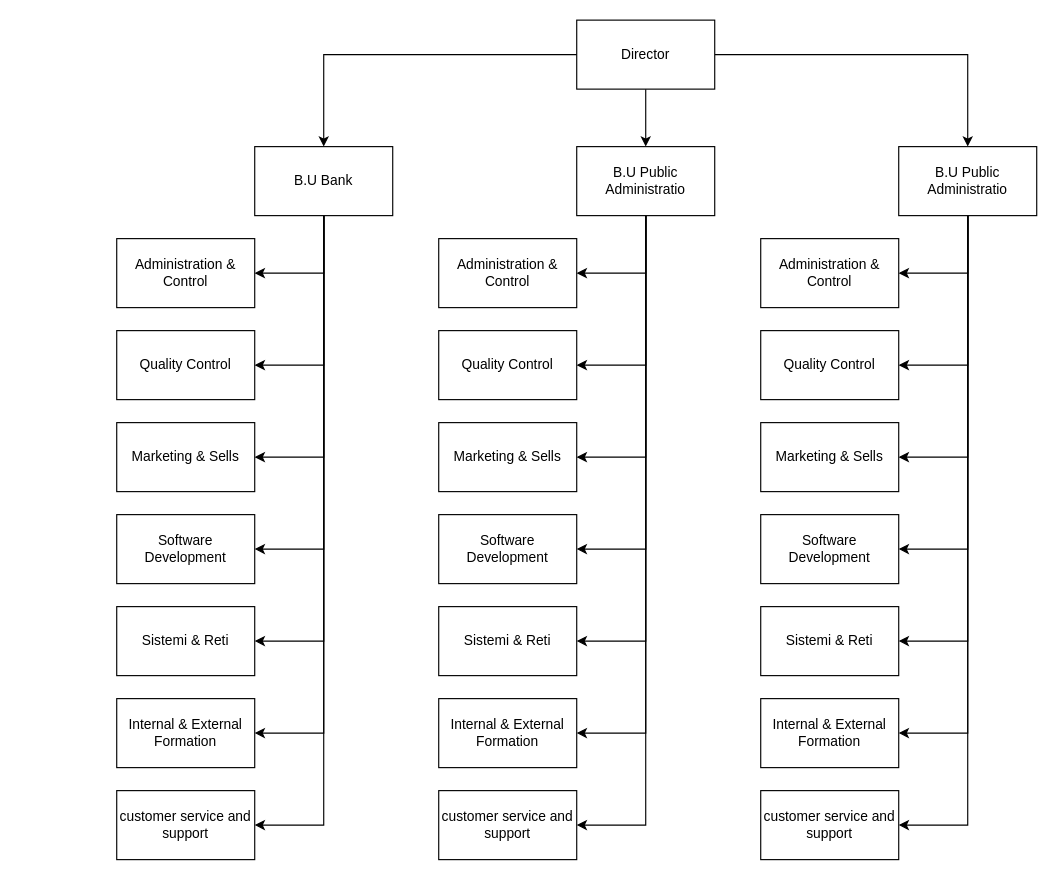
massimoty/School keeps this draw.io diagram as Organigramma1.drawio. Above is the earlier version. Source tidied: cells renumbered, new cells numbered last; positions are measured from the earlier drawing's top-left corner, leaving out a move shared by most shapes. Both pictures are drawn from the tidied source at 115%, with x=0, y=0 at pixel (116, 20).
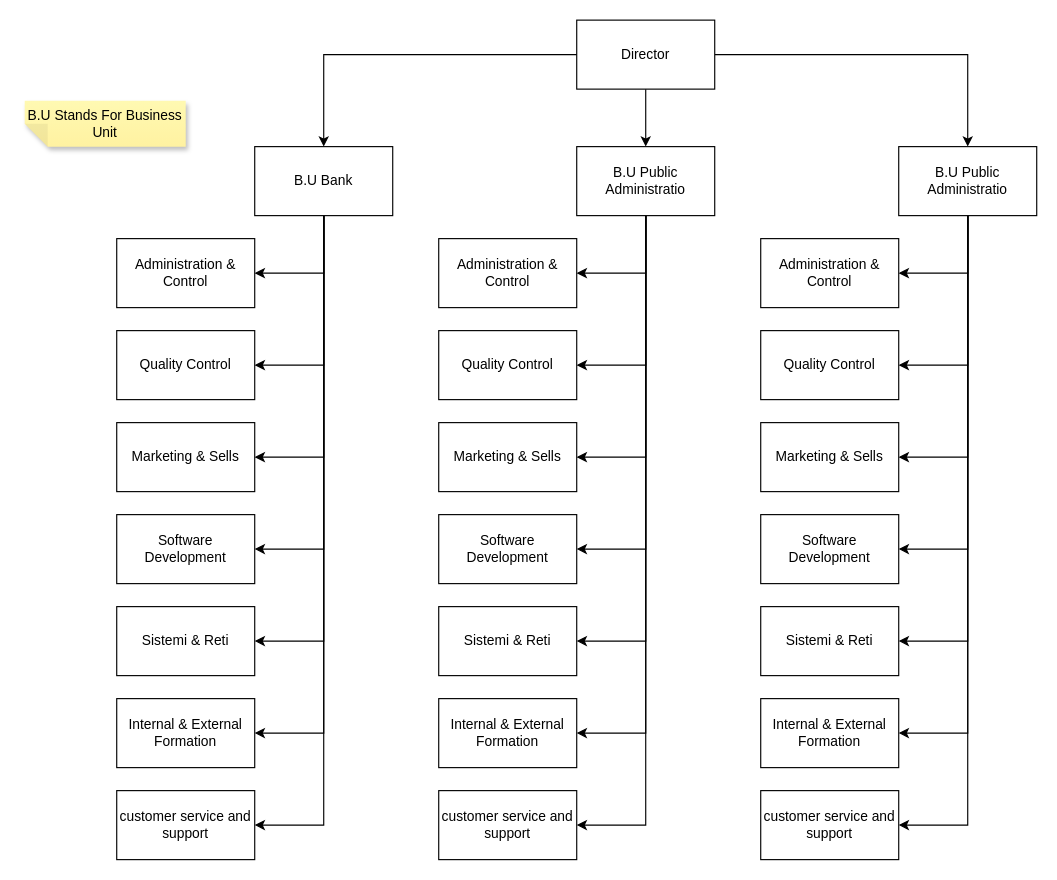
The same diagram, later.

Diff of the diagram source:
```diff
@@
+    <mxCell id="51" value="B.U Stands For Business Unit" style="shape=note;whiteSpace=wrap;html=1;backgroundOutline=1;fontColor=#000000;darkOpacity=0.05;fillColor=#FFF9B2;strokeColor=none;fillStyle=solid;direction=west;gradientDirection=north;gradientColor=#FFF2A1;shadow=1;size=20;" parent="1" vertex="1">
+      <mxGeometry x="-80" y="70" width="140" height="40" as="geometry" />
+    </mxCell>
```
